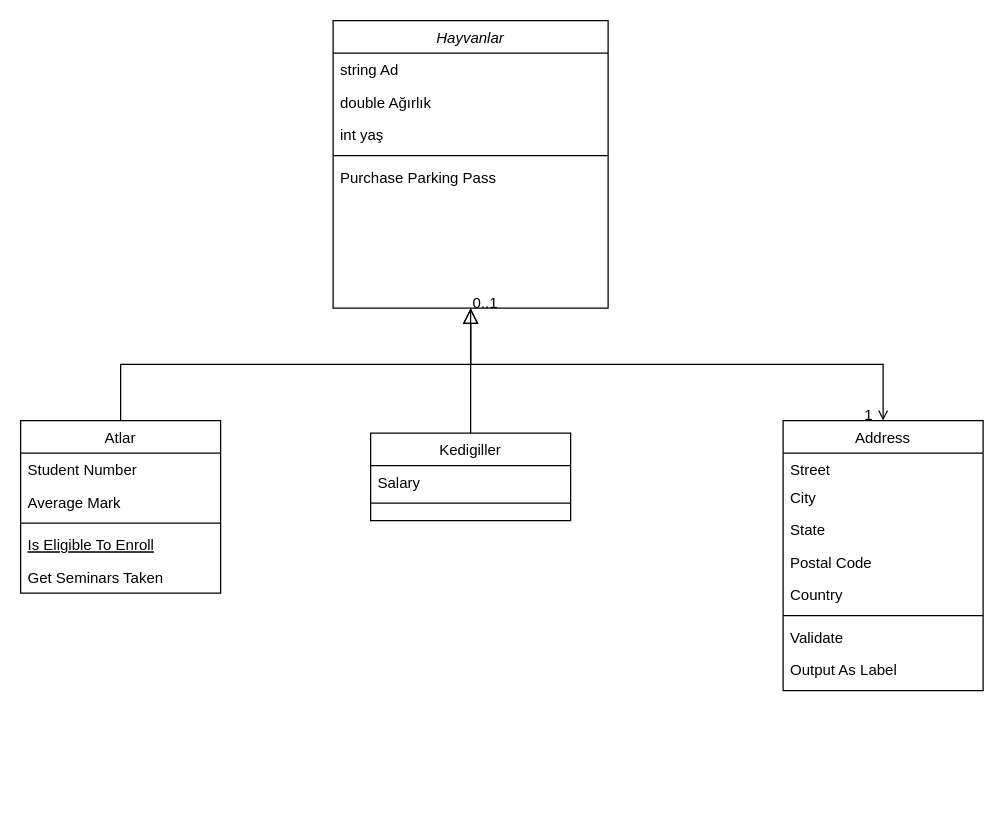
Before: Untitled Diagram.drawio in buqraoner/kodluyoruzilkrepo, a draw.io diagram. Source tidied: cells renumbered, new cells numbered last; positions are measured from the earlier drawing's top-left corner, leaving out a move shared by most shapes. Both pictures are drawn from the tidied source at 125%, with x=0, y=0 at pixel (20, 20).
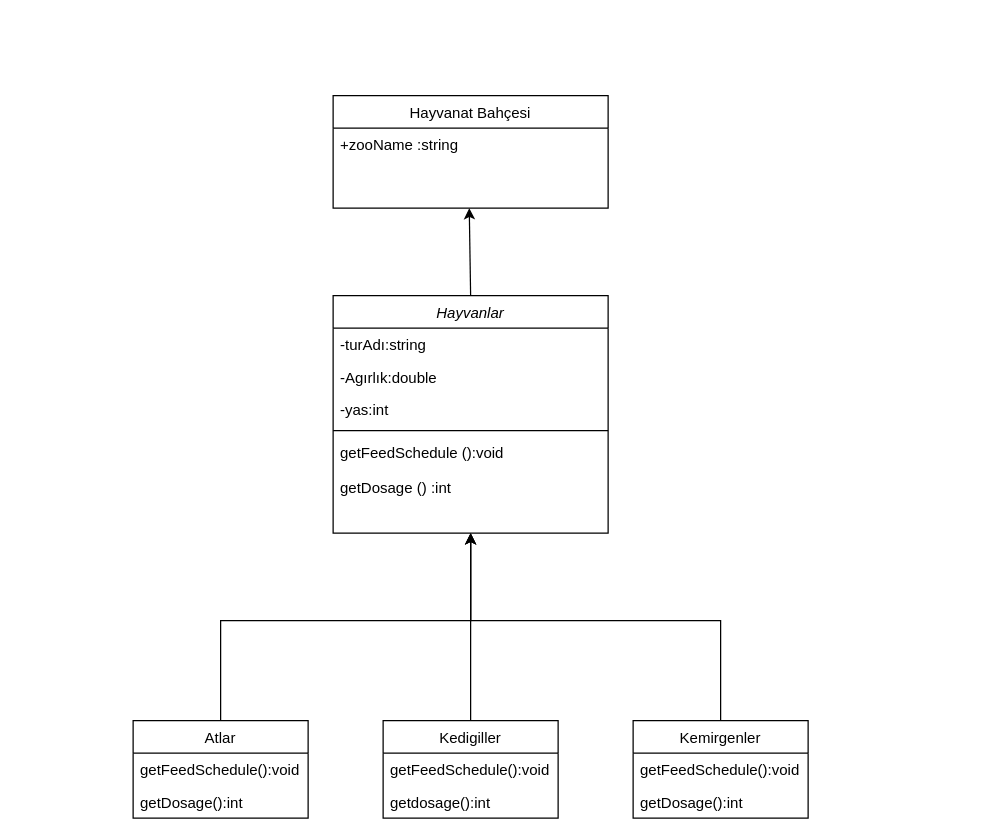
After the change.

Commit message:
Hayvanat Bahçesi

What changed in the source:
```diff
@@
     <mxCell id="2" value="Hayvanlar" style="swimlane;fontStyle=2;align=center;verticalAlign=top;horizontal=1;startSize=26;rounded=0;shadow=0;strokeWidth=1;" parent="1" vertex="1">
-      <mxGeometry x="250" width="220" height="230" as="geometry" />
+      <mxGeometry x="250" y="220" width="220" height="190" as="geometry" />
     </mxCell>
-    <mxCell id="3" value="string Ad" style="text;align=left;verticalAlign=top;spacingLeft=4;spacingRight=4;overflow=hidden;" parent="2" vertex="1">
+    <mxCell id="3" value="-turAdı:string&#10;" style="text;align=left;verticalAlign=top;spacingLeft=4;spacingRight=4;overflow=hidden;" parent="2" vertex="1">
       <mxGeometry y="26" width="220" height="26" as="geometry" />
     </mxCell>
-    <mxCell id="4" value="double Ağırlık&#10;" style="text;align=left;verticalAlign=top;spacingLeft=4;spacingRight=4;overflow=hidden;rounded=0;shadow=0;html=0;" parent="2" vertex="1">
+    <mxCell id="4" value="-Agırlık:double&#10;" style="text;align=left;verticalAlign=top;spacingLeft=4;spacingRight=4;overflow=hidden;rounded=0;shadow=0;html=0;" parent="2" vertex="1">
       <mxGeometry y="52" width="220" height="26" as="geometry" />
     </mxCell>
-    <mxCell id="5" value="int yaş" style="text;align=left;verticalAlign=top;spacingLeft=4;spacingRight=4;overflow=hidden;rounded=0;shadow=0;html=0;" parent="2" vertex="1">
+    <mxCell id="5" value="-yas:int" style="text;align=left;verticalAlign=top;spacingLeft=4;spacingRight=4;overflow=hidden;rounded=0;shadow=0;html=0;" parent="2" vertex="1">
       <mxGeometry y="78" width="220" height="26" as="geometry" />
     </mxCell>
@@
-    <mxCell id="7" value="Purchase Parking Pass" style="text;align=left;verticalAlign=top;spacingLeft=4;spacingRight=4;overflow=hidden;" parent="2" vertex="1">
-      <mxGeometry y="112" width="220" height="26" as="geometry" />
+    <mxCell id="7" value="getFeedSchedule ():void&#10;&#10;getDosage () :int&#10;" style="text;align=left;verticalAlign=top;spacingLeft=4;spacingRight=4;overflow=hidden;" parent="2" vertex="1">
+      <mxGeometry y="112" width="220" height="68" as="geometry" />
     </mxCell>
+    <mxCell id="31" value="Hayvanat Bahçesi" style="swimlane;fontStyle=0;horizontal=1;startSize=26;" parent="1" vertex="1">
+      <mxGeometry x="250" y="60" width="220" height="90" as="geometry" />
+    </mxCell>
+    <mxCell id="32" value="+zooName :string&#10;&#10;&#10;" style="text;strokeColor=none;fillColor=none;align=left;verticalAlign=top;spacingLeft=4;spacingRight=4;overflow=hidden;points=[[0,0.5],[1,0.5]];portConstraint=eastwest;" parent="31" vertex="1">
+      <mxGeometry y="26" width="220" height="64" as="geometry" />
+    </mxCell>
+    <mxCell id="14" style="edgeStyle=orthogonalEdgeStyle;rounded=0;jettySize=auto;html=1;entryX=0.5;entryY=1;entryDx=0;entryDy=0;" parent="1" edge="1" source="8" target="2">
+      <mxGeometry relative="1" as="geometry">
+        <Array as="points">
+          <mxPoint x="160" y="480" />
+          <mxPoint x="360" y="480" />
+        </Array>
+      </mxGeometry>
+    </mxCell>
-    <mxCell id="8" value="Atlar" style="swimlane;fontStyle=0;align=center;verticalAlign=top;horizontal=1;startSize=26;rounded=0;shadow=0;strokeWidth=1;" parent="1" vertex="1">
-      <mxGeometry y="320" width="160" height="138" as="geometry" />
+    <mxCell id="8" value="Atlar" style="swimlane;fontStyle=0;horizontal=1;startSize=26;" parent="1" vertex="1">
+      <mxGeometry x="90" y="560" width="140" height="78" as="geometry" />
     </mxCell>
-    <mxCell id="9" value="Student Number" style="text;align=left;verticalAlign=top;spacingLeft=4;spacingRight=4;overflow=hidden;" parent="8" vertex="1">
-      <mxGeometry y="26" width="160" height="26" as="geometry" />
-    </mxCell>
-    <mxCell id="10" value="Average Mark" style="text;align=left;verticalAlign=top;spacingLeft=4;spacingRight=4;overflow=hidden;rounded=0;shadow=0;html=0;" parent="8" vertex="1">
-      <mxGeometry y="52" width="160" height="26" as="geometry" />
-    </mxCell>
-    <mxCell id="11" style="line;html=1;strokeWidth=1;align=left;verticalAlign=middle;spacingTop=-1;spacingLeft=3;spacingRight=3;labelPosition=right;" parent="8" vertex="1">
-      <mxGeometry y="78" width="160" height="8" as="geometry" />
-    </mxCell>
-    <mxCell id="12" value="Is Eligible To Enroll" style="text;align=left;verticalAlign=top;spacingLeft=4;spacingRight=4;overflow=hidden;fontStyle=4;" parent="8" vertex="1">
-      <mxGeometry y="86" width="160" height="26" as="geometry" />
-    </mxCell>
-    <mxCell id="13" value="Get Seminars Taken" style="text;align=left;verticalAlign=top;spacingLeft=4;spacingRight=4;overflow=hidden;" parent="8" vertex="1">
-      <mxGeometry y="112" width="160" height="26" as="geometry" />
-    </mxCell>
-    <mxCell id="14" style="endArrow=block;endSize=10;endFill=0;shadow=0;strokeWidth=1;rounded=0;edgeStyle=elbowEdgeStyle;elbow=vertical;" parent="1" edge="1" source="8" target="2">
-      <mxGeometry relative="1" as="geometry" />
-    </mxCell>
+    <mxCell id="33" value="getFeedSchedule():void" style="text;strokeColor=none;fillColor=none;align=left;verticalAlign=top;spacingLeft=4;spacingRight=4;overflow=hidden;" parent="8" vertex="1">
+      <mxGeometry y="26" width="140" height="26" as="geometry" />
+    </mxCell>
+    <mxCell id="34" value="getDosage():int" style="text;strokeColor=none;fillColor=none;align=left;verticalAlign=top;spacingLeft=4;spacingRight=4;overflow=hidden;" parent="8" vertex="1">
+      <mxGeometry y="52" width="140" height="26" as="geometry" />
+    </mxCell>
+    <mxCell id="18" style="edgeStyle=orthogonalEdgeStyle;rounded=0;jettySize=auto;html=1;entryX=0.5;entryY=1;entryDx=0;entryDy=0;" parent="1" edge="1" source="15" target="2">
+      <mxGeometry relative="1" as="geometry" />
+    </mxCell>
-    <mxCell id="15" value="Kedigiller" style="swimlane;fontStyle=0;align=center;verticalAlign=top;horizontal=1;startSize=26;rounded=0;shadow=0;strokeWidth=1;" parent="1" vertex="1">
-      <mxGeometry x="280" y="330" width="160" height="70" as="geometry" />
+    <mxCell id="15" value="Kedigiller" style="swimlane;fontStyle=0;horizontal=1;startSize=26;" parent="1" vertex="1">
+      <mxGeometry x="290" y="560" width="140" height="78" as="geometry" />
     </mxCell>
-    <mxCell id="16" value="Salary" style="text;align=left;verticalAlign=top;spacingLeft=4;spacingRight=4;overflow=hidden;" parent="15" vertex="1">
-      <mxGeometry y="26" width="160" height="26" as="geometry" />
-    </mxCell>
-    <mxCell id="17" style="line;html=1;strokeWidth=1;align=left;verticalAlign=middle;spacingTop=-1;spacingLeft=3;spacingRight=3;labelPosition=right;" parent="15" vertex="1">
-      <mxGeometry y="52" width="160" height="8" as="geometry" />
-    </mxCell>
-    <mxCell id="18" style="endArrow=block;endSize=10;endFill=0;shadow=0;strokeWidth=1;rounded=0;edgeStyle=elbowEdgeStyle;elbow=vertical;" parent="1" edge="1" source="15" target="2">
-      <mxGeometry relative="1" as="geometry" />
-    </mxCell>
-    <mxCell id="19" value="Address" style="swimlane;fontStyle=0;align=center;verticalAlign=top;horizontal=1;startSize=26;rounded=0;shadow=0;strokeWidth=1;" parent="1" vertex="1">
-      <mxGeometry x="610" y="320" width="160" height="216" as="geometry" />
-    </mxCell>
-    <mxCell id="20" value="Street" style="text;align=left;verticalAlign=top;spacingLeft=4;spacingRight=4;overflow=hidden;" parent="19" vertex="1">
-      <mxGeometry y="26" width="160" height="22" as="geometry" />
-    </mxCell>
-    <mxCell id="21" value="City" style="text;align=left;verticalAlign=top;spacingLeft=4;spacingRight=4;overflow=hidden;rounded=0;shadow=0;html=0;" parent="19" vertex="1">
-      <mxGeometry y="48" width="160" height="26" as="geometry" />
-    </mxCell>
-    <mxCell id="22" value="State" style="text;align=left;verticalAlign=top;spacingLeft=4;spacingRight=4;overflow=hidden;rounded=0;shadow=0;html=0;" parent="19" vertex="1">
-      <mxGeometry y="74" width="160" height="26" as="geometry" />
-    </mxCell>
-    <mxCell id="23" value="Postal Code" style="text;align=left;verticalAlign=top;spacingLeft=4;spacingRight=4;overflow=hidden;rounded=0;shadow=0;html=0;" parent="19" vertex="1">
-      <mxGeometry y="100" width="160" height="26" as="geometry" />
-    </mxCell>
-    <mxCell id="24" value="Country" style="text;align=left;verticalAlign=top;spacingLeft=4;spacingRight=4;overflow=hidden;rounded=0;shadow=0;html=0;" parent="19" vertex="1">
-      <mxGeometry y="126" width="160" height="26" as="geometry" />
-    </mxCell>
-    <mxCell id="25" style="line;html=1;strokeWidth=1;align=left;verticalAlign=middle;spacingTop=-1;spacingLeft=3;spacingRight=3;labelPosition=right;" parent="19" vertex="1">
-      <mxGeometry y="152" width="160" height="8" as="geometry" />
-    </mxCell>
-    <mxCell id="26" value="Validate" style="text;align=left;verticalAlign=top;spacingLeft=4;spacingRight=4;overflow=hidden;" parent="19" vertex="1">
-      <mxGeometry y="160" width="160" height="26" as="geometry" />
-    </mxCell>
-    <mxCell id="27" value="Output As Label" style="text;align=left;verticalAlign=top;spacingLeft=4;spacingRight=4;overflow=hidden;" parent="19" vertex="1">
-      <mxGeometry y="186" width="160" height="26" as="geometry" />
-    </mxCell>
-    <mxCell id="28" style="endArrow=open;shadow=0;strokeWidth=1;rounded=0;endFill=1;edgeStyle=elbowEdgeStyle;elbow=vertical;" parent="1" edge="1" source="2" target="19">
-      <mxGeometry x="0.5" y="41" relative="1" as="geometry">
-        <mxPoint x="-40" y="32" as="offset" />
-      </mxGeometry>
-    </mxCell>
-    <mxCell id="29" value="0..1" style="align=left;verticalAlign=bottom;labelBackgroundColor=none;fontSize=12;" parent="28" vertex="1">
-      <mxGeometry x="-1" relative="1" as="geometry">
-        <mxPoint y="4" as="offset" />
-      </mxGeometry>
-    </mxCell>
-    <mxCell id="30" value="1" style="align=right;verticalAlign=bottom;labelBackgroundColor=none;fontSize=12;" parent="28" vertex="1">
-      <mxGeometry x="1" relative="1" as="geometry">
-        <mxPoint x="-7" y="4" as="offset" />
-      </mxGeometry>
-    </mxCell>
+    <mxCell id="35" value="getFeedSchedule():void" style="text;strokeColor=none;fillColor=none;align=left;verticalAlign=top;spacingLeft=4;spacingRight=4;overflow=hidden;" parent="15" vertex="1">
+      <mxGeometry y="26" width="140" height="26" as="geometry" />
+    </mxCell>
+    <mxCell id="36" value="getdosage():int" style="text;strokeColor=none;fillColor=none;align=left;verticalAlign=top;spacingLeft=4;spacingRight=4;overflow=hidden;" parent="15" vertex="1">
+      <mxGeometry y="52" width="140" height="26" as="geometry" />
+    </mxCell>
+    <mxCell id="37" style="edgeStyle=orthogonalEdgeStyle;rounded=0;jettySize=auto;html=1;entryX=0.5;entryY=1;entryDx=0;entryDy=0;" parent="1" edge="1" source="38" target="2">
+      <mxGeometry relative="1" as="geometry">
+        <Array as="points">
+          <mxPoint x="560" y="480" />
+          <mxPoint x="360" y="480" />
+        </Array>
+      </mxGeometry>
+    </mxCell>
+    <mxCell id="38" value="Kemirgenler" style="swimlane;fontStyle=0;horizontal=1;startSize=26;" parent="1" vertex="1">
+      <mxGeometry x="490" y="560" width="140" height="78" as="geometry" />
+    </mxCell>
+    <mxCell id="39" value="getFeedSchedule():void" style="text;strokeColor=none;fillColor=none;align=left;verticalAlign=top;spacingLeft=4;spacingRight=4;overflow=hidden;" parent="38" vertex="1">
+      <mxGeometry y="26" width="140" height="26" as="geometry" />
+    </mxCell>
+    <mxCell id="40" value="getDosage():int" style="text;strokeColor=none;fillColor=none;align=left;verticalAlign=top;spacingLeft=4;spacingRight=4;overflow=hidden;" parent="38" vertex="1">
+      <mxGeometry y="52" width="140" height="26" as="geometry" />
+    </mxCell>
+    <mxCell id="41" style="endArrow=classic;html=1;entryX=0.495;entryY=1;entryDx=0;entryDy=0;entryPerimeter=0;exitX=0.5;exitY=0;exitDx=0;exitDy=0;" parent="1" edge="1" source="2" target="32">
+      <mxGeometry relative="1" as="geometry" />
+    </mxCell>
```
